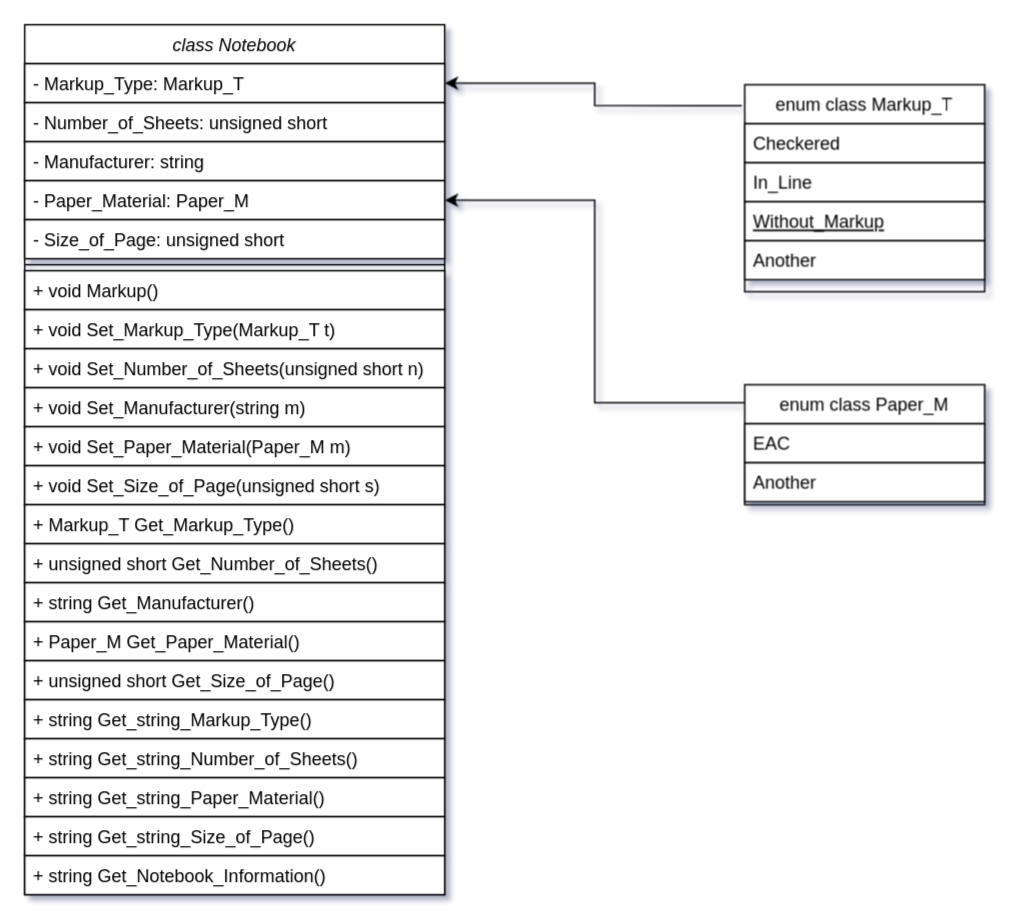
NemoNology/OOP_ADT_Notebook_BAS keeps this draw.io diagram as Untitled Diagram.drawio. Above is the earlier version. Source tidied: cells renumbered, new cells numbered last; positions are measured from the earlier drawing's top-left corner, leaving out a move shared by most shapes. Both pictures are drawn from the tidied source at 150%, with x=0, y=0 at pixel (24, 24).
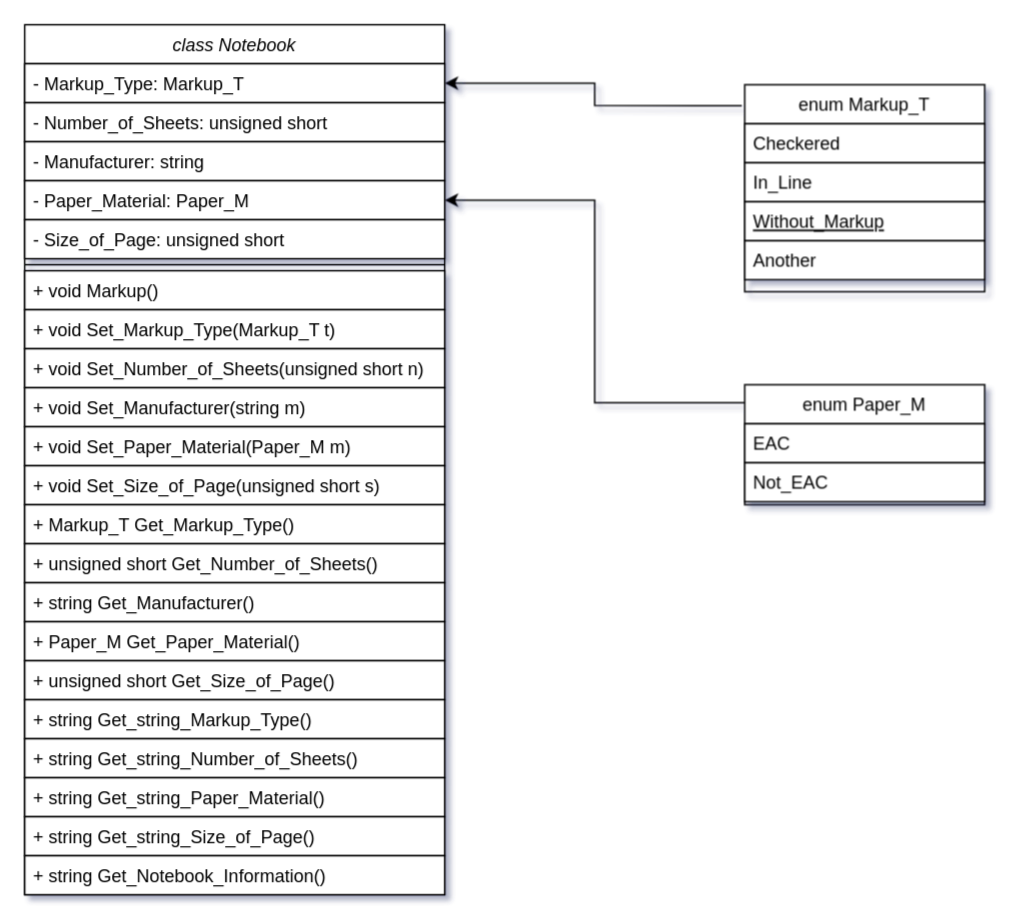
The same page after the edit.

Diff of the diagram source:
```diff
@@
-    <mxCell id="25" value="enum class Markup_T " style="swimlane;fontStyle=0;align=center;verticalAlign=top;horizontal=1;startSize=26;rounded=0;shadow=0;strokeWidth=1;fillColor=default;strokeColor=default;fontColor=default;" parent="1" vertex="1">
+    <mxCell id="25" value="enum Markup_T " style="swimlane;fontStyle=0;align=center;verticalAlign=top;horizontal=1;startSize=26;rounded=0;shadow=0;strokeWidth=1;fillColor=default;strokeColor=default;fontColor=default;" parent="1" vertex="1">
       <mxGeometry x="480" y="40" width="160" height="138" as="geometry" />
     </mxCell>
@@
-    <mxCell id="31" value="enum class Paper_M&#10;" style="swimlane;fontStyle=0;align=center;verticalAlign=top;horizontal=1;startSize=26;rounded=0;shadow=0;strokeWidth=1;fillColor=default;strokeColor=default;fontColor=default;" parent="1" vertex="1">
+    <mxCell id="31" value="enum Paper_M&#10;" style="swimlane;fontStyle=0;align=center;verticalAlign=top;horizontal=1;startSize=26;rounded=0;shadow=0;strokeWidth=1;fillColor=default;strokeColor=default;fontColor=default;" parent="1" vertex="1">
       <mxGeometry x="480" y="240" width="160" height="80" as="geometry" />
     </mxCell>
@@
-    <mxCell id="33" value="Another         " style="text;align=left;verticalAlign=top;spacingLeft=4;spacingRight=4;overflow=hidden;rounded=0;shadow=0;html=0;fontColor=default;fillColor=default;strokeColor=default;" parent="31" vertex="1">
+    <mxCell id="33" value="Not_EAC" style="text;align=left;verticalAlign=top;spacingLeft=4;spacingRight=4;overflow=hidden;rounded=0;shadow=0;html=0;fontColor=default;fillColor=default;strokeColor=default;" parent="31" vertex="1">
       <mxGeometry y="52" width="160" height="26" as="geometry" />
     </mxCell>
```
